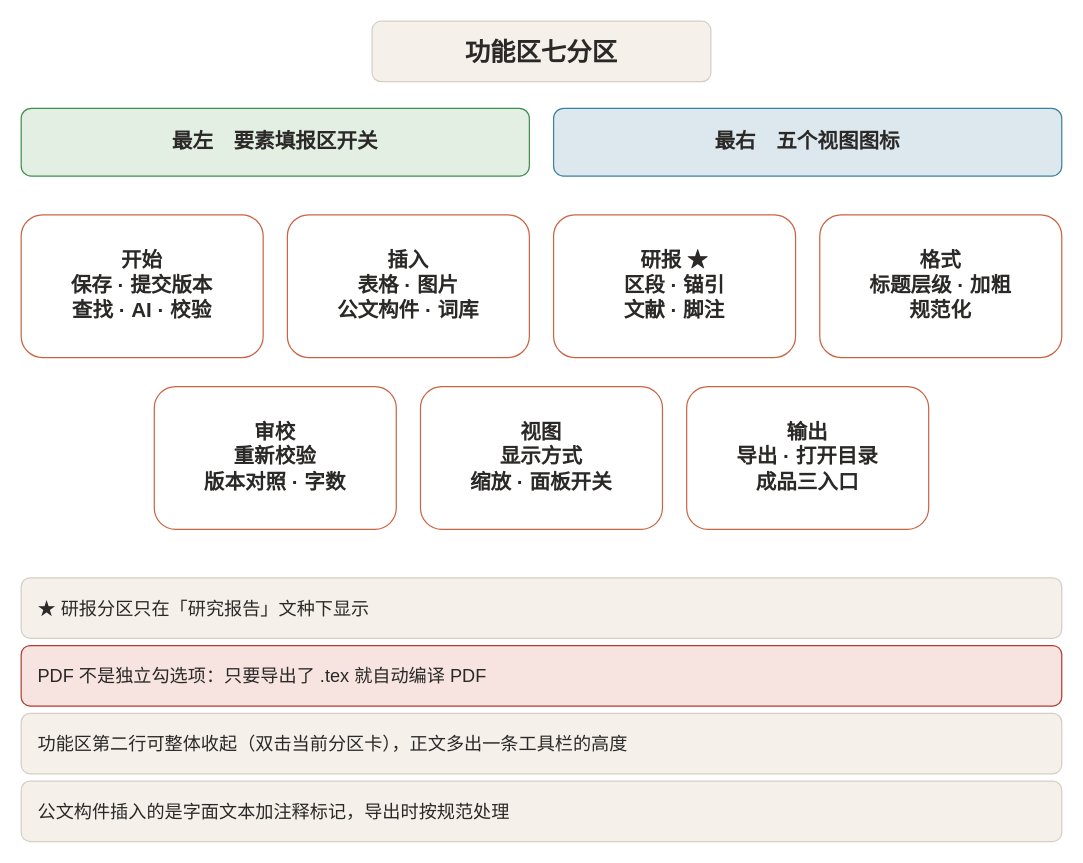
This is docs/help/diagrams/diag-ribbon.drawio from billowsand/gongwen, a draw.io file, before an edit. Source tidied: cells renumbered, new cells numbered last; positions are measured from the earlier drawing's top-left corner, leaving out a move shared by most shapes. Both pictures are drawn from the tidied source at 121%, with x=0, y=0 at pixel (21, 21).
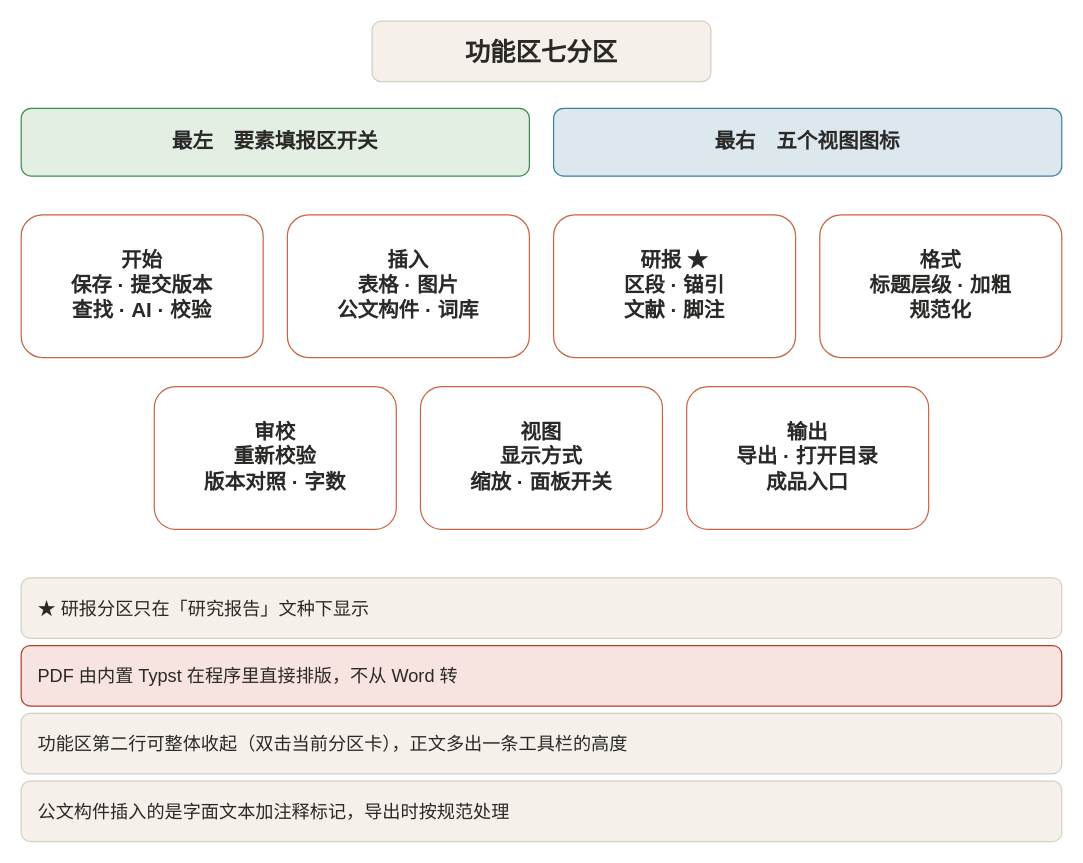
After the change.

Diff of the diagram source:
```diff
@@
 <mxGraphModel>
   <root>
     <mxCell id="0" />
     <mxCell id="1" parent="0" />
     <mxCell id="2" value="功能区七分区" style="rounded=1;whiteSpace=wrap;html=1;fillColor=#F5F1EA;strokeColor=#D5CEC3;fontColor=#2A2927;fontFamily=Aa顺風顺水顺财神;fontStyle=1;fontSize=21;" parent="1" vertex="1">
       <mxGeometry x="290" width="280" height="50" as="geometry" />
     </mxCell>
     <mxCell id="3" value="最左　要素填报区开关" style="rounded=1;whiteSpace=wrap;html=1;fillColor=#E4EFE4;strokeColor=#3E8E4E;fontColor=#2A2927;fontFamily=Aa顺風顺水顺财神;fontStyle=1;fontSize=17;" parent="1" vertex="1">
       <mxGeometry y="72" width="420" height="56" as="geometry" />
     </mxCell>
     <mxCell id="4" value="最右　五个视图图标" style="rounded=1;whiteSpace=wrap;html=1;fillColor=#DCE8EE;strokeColor=#3B82A0;fontColor=#2A2927;fontFamily=Aa顺風顺水顺财神;fontStyle=1;fontSize=17;" parent="1" vertex="1">
       <mxGeometry x="440" y="72" width="420" height="56" as="geometry" />
     </mxCell>
     <mxCell id="5" value="开始&lt;br&gt;保存 · 提交版本&lt;br&gt;查找 · AI · 校验" style="rounded=1;whiteSpace=wrap;html=1;fillColor=#FFFFFF;strokeColor=#C96442;fontColor=#2A2927;fontFamily=Aa顺風顺水顺财神;fontStyle=1;fontSize=17;" parent="1" vertex="1">
       <mxGeometry y="160" width="200" height="118" as="geometry" />
     </mxCell>
     <mxCell id="6" value="插入&lt;br&gt;表格 · 图片&lt;br&gt;公文构件 · 词库" style="rounded=1;whiteSpace=wrap;html=1;fillColor=#FFFFFF;strokeColor=#C96442;fontColor=#2A2927;fontFamily=Aa顺風顺水顺财神;fontStyle=1;fontSize=17;" parent="1" vertex="1">
       <mxGeometry x="220" y="160" width="200" height="118" as="geometry" />
     </mxCell>
     <mxCell id="7" value="研报 ★&lt;br&gt;区段 · 锚引&lt;br&gt;文献 · 脚注" style="rounded=1;whiteSpace=wrap;html=1;fillColor=#FFFFFF;strokeColor=#C96442;fontColor=#2A2927;fontFamily=Aa顺風顺水顺财神;fontStyle=1;fontSize=17;" parent="1" vertex="1">
       <mxGeometry x="440" y="160" width="200" height="118" as="geometry" />
     </mxCell>
     <mxCell id="8" value="格式&lt;br&gt;标题层级 · 加粗&lt;br&gt;规范化" style="rounded=1;whiteSpace=wrap;html=1;fillColor=#FFFFFF;strokeColor=#C96442;fontColor=#2A2927;fontFamily=Aa顺風顺水顺财神;fontStyle=1;fontSize=17;" parent="1" vertex="1">
       <mxGeometry x="660" y="160" width="200" height="118" as="geometry" />
     </mxCell>
     <mxCell id="9" value="审校&lt;br&gt;重新校验&lt;br&gt;版本对照 · 字数" style="rounded=1;whiteSpace=wrap;html=1;fillColor=#FFFFFF;strokeColor=#C96442;fontColor=#2A2927;fontFamily=Aa顺風顺水顺财神;fontStyle=1;fontSize=17;" parent="1" vertex="1">
       <mxGeometry x="110" y="302" width="200" height="118" as="geometry" />
     </mxCell>
     <mxCell id="10" value="视图&lt;br&gt;显示方式&lt;br&gt;缩放 · 面板开关" style="rounded=1;whiteSpace=wrap;html=1;fillColor=#FFFFFF;strokeColor=#C96442;fontColor=#2A2927;fontFamily=Aa顺風顺水顺财神;fontStyle=1;fontSize=17;" parent="1" vertex="1">
       <mxGeometry x="330" y="302" width="200" height="118" as="geometry" />
     </mxCell>
-    <mxCell id="11" value="输出&lt;br&gt;导出 · 打开目录&lt;br&gt;成品三入口" style="rounded=1;whiteSpace=wrap;html=1;fillColor=#FFFFFF;strokeColor=#C96442;fontColor=#2A2927;fontFamily=Aa顺風顺水顺财神;fontStyle=1;fontSize=17;" parent="1" vertex="1">
+    <mxCell id="11" value="输出&lt;br&gt;导出 · 打开目录&lt;br&gt;成品入口" style="rounded=1;whiteSpace=wrap;html=1;fillColor=#FFFFFF;strokeColor=#C96442;fontColor=#2A2927;fontFamily=Aa顺風顺水顺财神;fontStyle=1;fontSize=17;" parent="1" vertex="1">
       <mxGeometry x="550" y="302" width="200" height="118" as="geometry" />
     </mxCell>
     <mxCell id="12" value="★ 研报分区只在「研究报告」文种下显示" style="rounded=1;whiteSpace=wrap;html=1;fillColor=#F5F1EA;strokeColor=#D5CEC3;fontColor=#2A2927;fontFamily=Aa顺風顺水顺财神;fontSize=15;align=left;spacingLeft=12;spacingRight=10;" parent="1" vertex="1">
       <mxGeometry y="460" width="860" height="50" as="geometry" />
     </mxCell>
-    <mxCell id="13" value="PDF 不是独立勾选项：只要导出了 .tex 就自动编译 PDF" style="rounded=1;whiteSpace=wrap;html=1;fillColor=#F7E4E0;strokeColor=#B23B2E;fontColor=#2A2927;fontFamily=Aa顺風顺水顺财神;fontSize=15;align=left;spacingLeft=12;spacingRight=10;" parent="1" vertex="1">
+    <mxCell id="13" value="PDF 由内置 Typst 在程序里直接排版，不从 Word 转" style="rounded=1;whiteSpace=wrap;html=1;fillColor=#F7E4E0;strokeColor=#B23B2E;fontColor=#2A2927;fontFamily=Aa顺風顺水顺财神;fontSize=15;align=left;spacingLeft=12;spacingRight=10;" parent="1" vertex="1">
       <mxGeometry y="516" width="860" height="50" as="geometry" />
     </mxCell>
     <mxCell id="14" value="功能区第二行可整体收起（双击当前分区卡），正文多出一条工具栏的高度" style="rounded=1;whiteSpace=wrap;html=1;fillColor=#F5F1EA;strokeColor=#D5CEC3;fontColor=#2A2927;fontFamily=Aa顺風顺水顺财神;fontSize=15;align=left;spacingLeft=12;spacingRight=10;" parent="1" vertex="1">
       <mxGeometry y="572" width="860" height="50" as="geometry" />
     </mxCell>
     <mxCell id="15" value="公文构件插入的是字面文本加注释标记，导出时按规范处理" style="rounded=1;whiteSpace=wrap;html=1;fillColor=#F5F1EA;strokeColor=#D5CEC3;fontColor=#2A2927;fontFamily=Aa顺風顺水顺财神;fontSize=15;align=left;spacingLeft=12;spacingRight=10;" parent="1" vertex="1">
       <mxGeometry y="628" width="860" height="50" as="geometry" />
     </mxCell>
   </root>
 </mxGraphModel>
```
